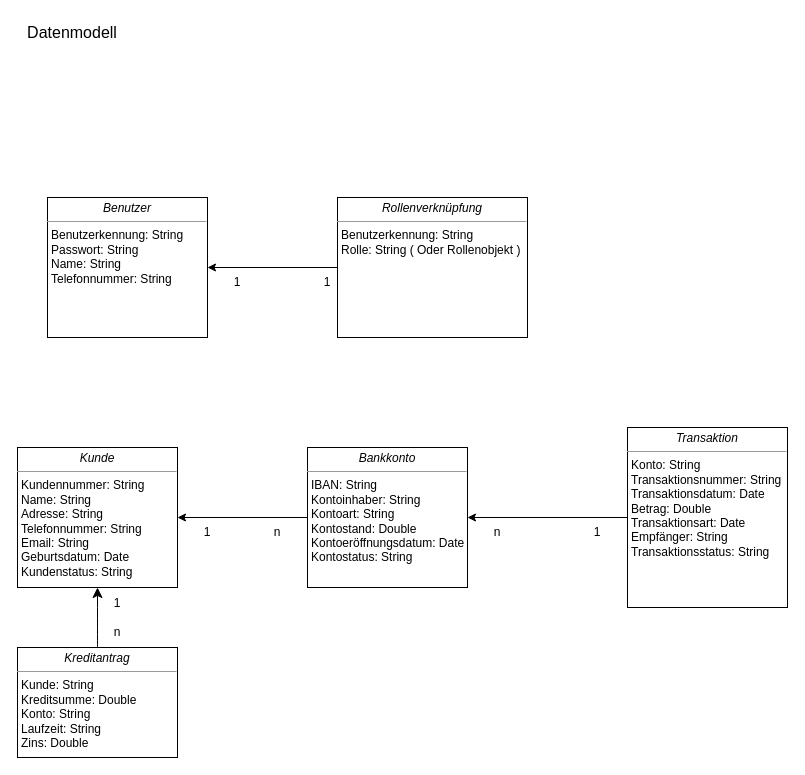
JaSc2912/VerteilteAnwendungen keeps this draw.io diagram as page "Datenmodell" (1 of 3) of Datenmodell.drawio. Above is the earlier version. Source tidied: cells renumbered, new cells numbered last; positions are measured from the earlier drawing's top-left corner, leaving out a move shared by most shapes. Both pictures are drawn from the tidied source at 100%, with x=0, y=0 at pixel (17, 17).
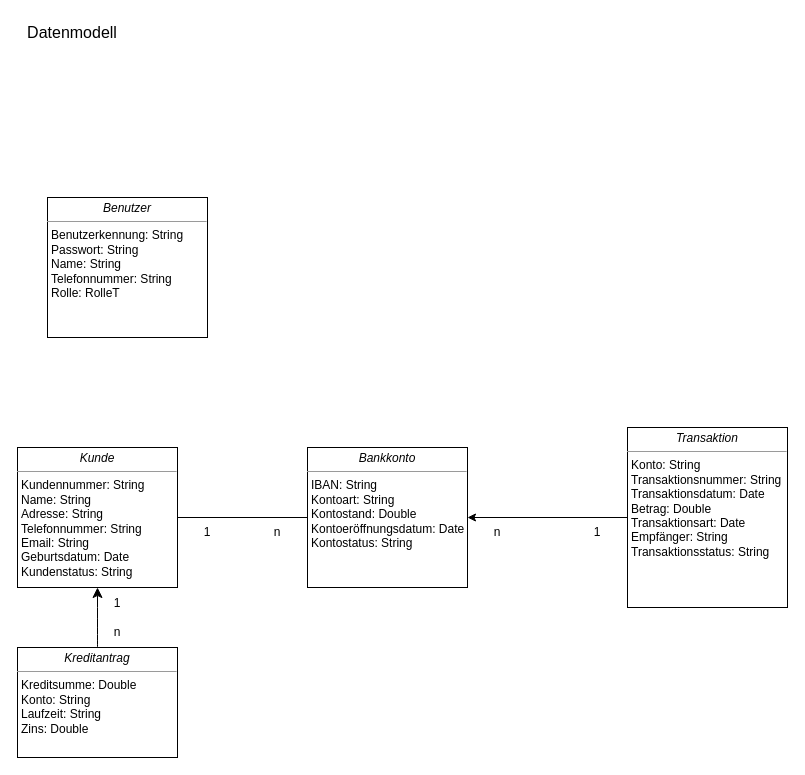
The same page after the edit.

Unchanged cells that the change refers to:
```xml
<mxCell id="5" value="&lt;p style=&quot;margin:0px;margin-top:4px;text-align:center;&quot;&gt;&lt;i&gt;Kunde&lt;/i&gt;&lt;/p&gt;&lt;hr size=&quot;1&quot;&gt;&lt;p style=&quot;margin:0px;margin-left:4px;&quot;&gt;Kundennummer: String&lt;br&gt;&lt;/p&gt;&lt;p style=&quot;margin:0px;margin-left:4px;&quot;&gt;Name: String&lt;/p&gt;&lt;p style=&quot;margin:0px;margin-left:4px;&quot;&gt;Adresse: String&lt;/p&gt;&lt;p style=&quot;margin:0px;margin-left:4px;&quot;&gt;Telefonnummer: String&lt;/p&gt;&lt;p style=&quot;margin:0px;margin-left:4px;&quot;&gt;Email: String&lt;/p&gt;&lt;p style=&quot;margin:0px;margin-left:4px;&quot;&gt;Geburtsdatum: Date&lt;/p&gt;&lt;p style=&quot;margin:0px;margin-left:4px;&quot;&gt;Kundenstatus: String&lt;/p&gt;" style="verticalAlign=top;align=left;overflow=fill;fontSize=12;fontFamily=Helvetica;html=1;rounded=0;shadow=0;comic=0;labelBackgroundColor=none;strokeWidth=1;" parent="1" vertex="1">
  <mxGeometry y="430" width="160" height="140" as="geometry" />
</mxCell>
```

The edit, as a diff of the source:
```diff
@@
-    <mxCell id="2" value="&lt;p style=&quot;margin:0px;margin-top:4px;text-align:center;&quot;&gt;&lt;i&gt;Benutzer&lt;/i&gt;&lt;/p&gt;&lt;hr size=&quot;1&quot;&gt;&lt;p style=&quot;margin:0px;margin-left:4px;&quot;&gt;Benutzerkennung: String&lt;br&gt;Passwort: String&lt;/p&gt;&lt;p style=&quot;margin:0px;margin-left:4px;&quot;&gt;Name: String&lt;/p&gt;&lt;p style=&quot;margin:0px;margin-left:4px;&quot;&gt;Telefonnummer: String&lt;/p&gt;&lt;p style=&quot;margin:0px;margin-left:4px;&quot;&gt;&lt;br&gt;&lt;/p&gt;" style="verticalAlign=top;align=left;overflow=fill;fontSize=12;fontFamily=Helvetica;html=1;rounded=0;shadow=0;comic=0;labelBackgroundColor=none;strokeWidth=1;" parent="1" vertex="1">
+    <mxCell id="2" value="&lt;p style=&quot;margin:0px;margin-top:4px;text-align:center;&quot;&gt;&lt;i&gt;Benutzer&lt;/i&gt;&lt;/p&gt;&lt;hr size=&quot;1&quot;&gt;&lt;p style=&quot;margin:0px;margin-left:4px;&quot;&gt;Benutzerkennung: String&lt;br&gt;Passwort: String&lt;/p&gt;&lt;p style=&quot;margin:0px;margin-left:4px;&quot;&gt;Name: String&lt;/p&gt;&lt;p style=&quot;margin:0px;margin-left:4px;&quot;&gt;Telefonnummer: String&lt;/p&gt;&lt;p style=&quot;margin:0px;margin-left:4px;&quot;&gt;Rolle: RolleT&lt;/p&gt;" style="verticalAlign=top;align=left;overflow=fill;fontSize=12;fontFamily=Helvetica;html=1;rounded=0;shadow=0;comic=0;labelBackgroundColor=none;strokeWidth=1;" parent="1" vertex="1">
       <mxGeometry x="30" y="180" width="160" height="140" as="geometry" />
     </mxCell>
-    <mxCell id="3" style="edgeStyle=orthogonalEdgeStyle;rounded=0;jettySize=auto;html=1;" parent="1" edge="1" source="4" target="2">
-      <mxGeometry relative="1" as="geometry" />
-    </mxCell>
-    <mxCell id="4" value="&lt;p style=&quot;margin:0px;margin-top:4px;text-align:center;&quot;&gt;&lt;i&gt;Rollenverknüpfung&lt;/i&gt;&lt;/p&gt;&lt;hr size=&quot;1&quot;&gt;&lt;p style=&quot;margin:0px;margin-left:4px;&quot;&gt;Benutzerkennung: String&lt;br&gt;Rolle: String ( Oder Rollenobjekt )&amp;nbsp;&lt;/p&gt;&lt;p style=&quot;margin:0px;margin-left:4px;&quot;&gt;&lt;br&gt;&lt;/p&gt;" style="verticalAlign=top;align=left;overflow=fill;fontSize=12;fontFamily=Helvetica;html=1;rounded=0;shadow=0;comic=0;labelBackgroundColor=none;strokeWidth=1;" parent="1" vertex="1">
-      <mxGeometry x="320" y="180" width="190" height="140" as="geometry" />
-    </mxCell>
@@
-    <mxCell id="6" style="edgeStyle=orthogonalEdgeStyle;rounded=0;jettySize=auto;html=1;entryX=1;entryY=0.5;entryDx=0;entryDy=0;" parent="1" edge="1" source="7" target="5">
+    <mxCell id="6" style="edgeStyle=orthogonalEdgeStyle;rounded=0;jettySize=auto;html=1;entryX=1;entryY=0.5;entryDx=0;entryDy=0;endArrow=none;startFill=0;" parent="1" edge="1" source="7" target="5">
       <mxGeometry relative="1" as="geometry" />
     </mxCell>
-    <mxCell id="7" value="&lt;p style=&quot;margin:0px;margin-top:4px;text-align:center;&quot;&gt;&lt;i&gt;Bankkonto&lt;/i&gt;&lt;/p&gt;&lt;hr size=&quot;1&quot;&gt;&lt;p style=&quot;margin:0px;margin-left:4px;&quot;&gt;IBAN: String&lt;br&gt;&lt;/p&gt;&lt;p style=&quot;margin:0px;margin-left:4px;&quot;&gt;Kontoinhaber: String&lt;/p&gt;&lt;p style=&quot;margin:0px;margin-left:4px;&quot;&gt;Kontoart: String&lt;/p&gt;&lt;p style=&quot;margin:0px;margin-left:4px;&quot;&gt;Kontostand: Double&lt;/p&gt;&lt;p style=&quot;margin:0px;margin-left:4px;&quot;&gt;Kontoeröffnungsdatum: Date&lt;/p&gt;&lt;p style=&quot;margin:0px;margin-left:4px;&quot;&gt;Kontostatus: String&lt;/p&gt;" style="verticalAlign=top;align=left;overflow=fill;fontSize=12;fontFamily=Helvetica;html=1;rounded=0;shadow=0;comic=0;labelBackgroundColor=none;strokeWidth=1;" parent="1" vertex="1">
+    <mxCell id="7" value="&lt;p style=&quot;margin:0px;margin-top:4px;text-align:center;&quot;&gt;&lt;i&gt;Bankkonto&lt;/i&gt;&lt;/p&gt;&lt;hr size=&quot;1&quot;&gt;&lt;p style=&quot;margin:0px;margin-left:4px;&quot;&gt;IBAN: String&lt;/p&gt;&lt;p style=&quot;margin:0px;margin-left:4px;&quot;&gt;Kontoart: String&lt;/p&gt;&lt;p style=&quot;margin:0px;margin-left:4px;&quot;&gt;Kontostand: Double&lt;/p&gt;&lt;p style=&quot;margin:0px;margin-left:4px;&quot;&gt;Kontoeröffnungsdatum: Date&lt;/p&gt;&lt;p style=&quot;margin:0px;margin-left:4px;&quot;&gt;Kontostatus: String&lt;/p&gt;" style="verticalAlign=top;align=left;overflow=fill;fontSize=12;fontFamily=Helvetica;html=1;rounded=0;shadow=0;comic=0;labelBackgroundColor=none;strokeWidth=1;" parent="1" vertex="1">
       <mxGeometry x="290" y="430" width="160" height="140" as="geometry" />
     </mxCell>
@@
-    <mxCell id="10" value="1" style="text;html=1;align=center;verticalAlign=middle;whiteSpace=wrap;rounded=0;" parent="1" vertex="1">
-      <mxGeometry x="280" y="250" width="60" height="30" as="geometry" />
-    </mxCell>
-    <mxCell id="11" value="1" style="text;html=1;align=center;verticalAlign=middle;whiteSpace=wrap;rounded=0;" parent="1" vertex="1">
-      <mxGeometry x="190" y="250" width="60" height="30" as="geometry" />
-    </mxCell>
@@
-    <mxCell id="18" value="&lt;p style=&quot;margin:0px;margin-top:4px;text-align:center;&quot;&gt;&lt;i&gt;Kreditantrag&lt;/i&gt;&lt;/p&gt;&lt;hr size=&quot;1&quot;&gt;&lt;p style=&quot;margin:0px;margin-left:4px;&quot;&gt;Kunde: String&lt;/p&gt;&lt;p style=&quot;margin:0px;margin-left:4px;&quot;&gt;Kreditsumme: Double&lt;/p&gt;&lt;p style=&quot;margin:0px;margin-left:4px;&quot;&gt;Konto: String&lt;/p&gt;&lt;p style=&quot;margin:0px;margin-left:4px;&quot;&gt;Laufzeit: String&lt;/p&gt;&lt;p style=&quot;margin:0px;margin-left:4px;&quot;&gt;Zins: Double&lt;/p&gt;&lt;p style=&quot;margin:0px;margin-left:4px;&quot;&gt;&lt;br&gt;&lt;/p&gt;" style="verticalAlign=top;align=left;overflow=fill;fontSize=12;fontFamily=Helvetica;html=1;rounded=0;shadow=0;comic=0;labelBackgroundColor=none;strokeWidth=1;" parent="1" vertex="1">
+    <mxCell id="18" value="&lt;p style=&quot;margin:0px;margin-top:4px;text-align:center;&quot;&gt;&lt;i&gt;Kreditantrag&lt;/i&gt;&lt;/p&gt;&lt;hr size=&quot;1&quot;&gt;&lt;p style=&quot;margin:0px;margin-left:4px;&quot;&gt;Kreditsumme: Double&lt;br&gt;&lt;/p&gt;&lt;p style=&quot;margin:0px;margin-left:4px;&quot;&gt;Konto: String&lt;/p&gt;&lt;p style=&quot;margin:0px;margin-left:4px;&quot;&gt;Laufzeit: String&lt;/p&gt;&lt;p style=&quot;margin:0px;margin-left:4px;&quot;&gt;Zins: Double&lt;/p&gt;&lt;p style=&quot;margin:0px;margin-left:4px;&quot;&gt;&lt;br&gt;&lt;/p&gt;" style="verticalAlign=top;align=left;overflow=fill;fontSize=12;fontFamily=Helvetica;html=1;rounded=0;shadow=0;comic=0;labelBackgroundColor=none;strokeWidth=1;" parent="1" vertex="1">
       <mxGeometry y="630" width="160" height="110" as="geometry" />
     </mxCell>
```
